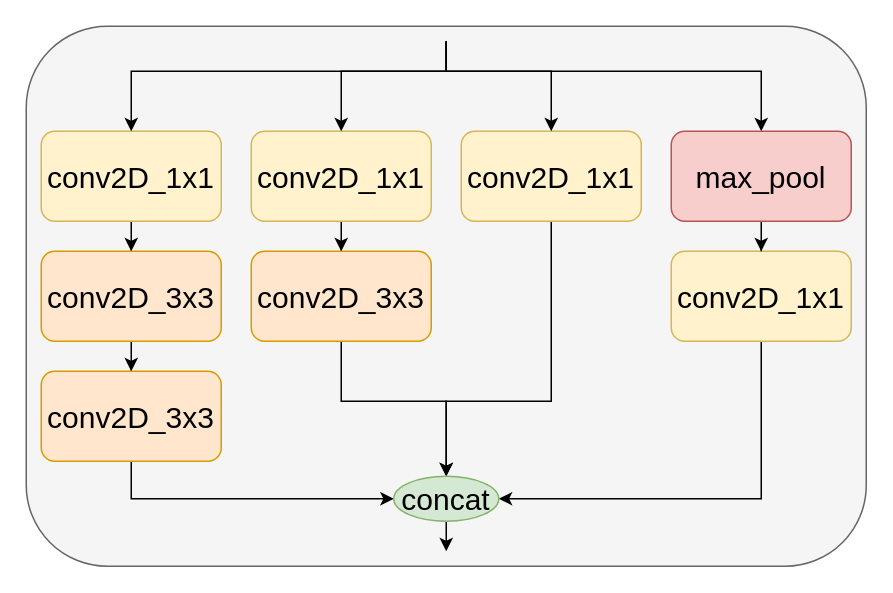
Earlier version of the draw.io diagram Document/imgs/inception.drawio (a-mruiz/TFM). Source tidied: cells renumbered, new cells numbered last; positions are measured from the earlier drawing's top-left corner, leaving out a move shared by most shapes. Both pictures are drawn from the tidied source at 150%, with x=0, y=0 at pixel (26, 26).
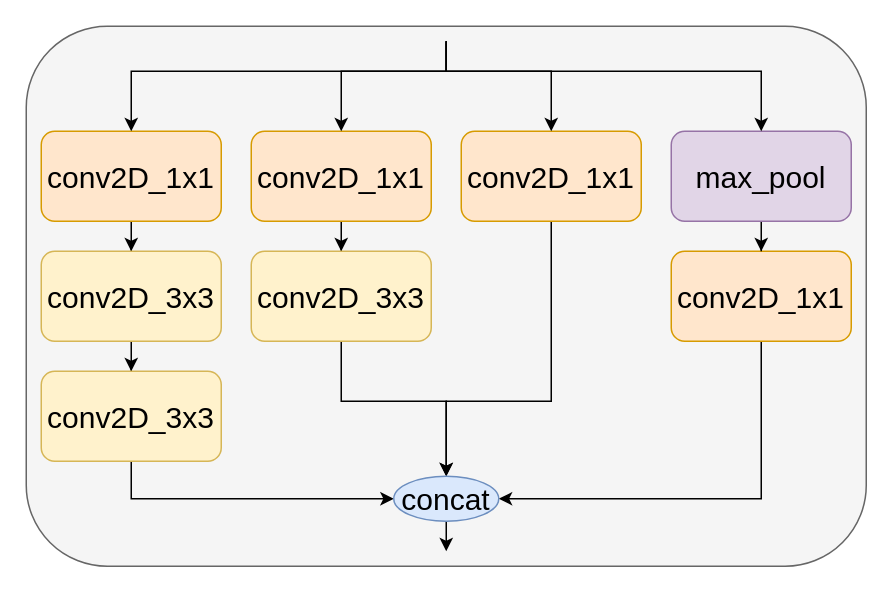
After the change.

What changed in the source:
```diff
@@
-    <mxCell id="4" value="&lt;font style=&quot;font-size: 20px;&quot;&gt;conv2D_1x1&lt;/font&gt;" style="rounded=1;whiteSpace=wrap;html=1;fillColor=#fff2cc;strokeColor=#d6b656;" parent="1" vertex="1">
+    <mxCell id="4" value="&lt;font style=&quot;font-size: 20px;&quot;&gt;conv2D_1x1&lt;/font&gt;" style="rounded=1;whiteSpace=wrap;html=1;fillColor=#ffe6cc;strokeColor=#d79b00;" parent="1" vertex="1">
       <mxGeometry x="10" y="70" width="120" height="60" as="geometry" />
     </mxCell>
@@
-    <mxCell id="6" value="&lt;font style=&quot;font-size: 20px;&quot;&gt;conv2D_3x3&lt;/font&gt;" style="rounded=1;whiteSpace=wrap;html=1;fillColor=#ffe6cc;strokeColor=#d79b00;" parent="1" vertex="1">
+    <mxCell id="6" value="&lt;font style=&quot;font-size: 20px;&quot;&gt;conv2D_3x3&lt;/font&gt;" style="rounded=1;whiteSpace=wrap;html=1;fillColor=#fff2cc;strokeColor=#d6b656;" parent="1" vertex="1">
       <mxGeometry x="10" y="150" width="120" height="60" as="geometry" />
     </mxCell>
@@
-    <mxCell id="8" value="&lt;font style=&quot;font-size: 20px;&quot;&gt;conv2D_3x3&lt;/font&gt;" style="rounded=1;whiteSpace=wrap;html=1;fillColor=#ffe6cc;strokeColor=#d79b00;" parent="1" vertex="1">
+    <mxCell id="8" value="&lt;font style=&quot;font-size: 20px;&quot;&gt;conv2D_3x3&lt;/font&gt;" style="rounded=1;whiteSpace=wrap;html=1;fillColor=#fff2cc;strokeColor=#d6b656;" parent="1" vertex="1">
       <mxGeometry x="10" y="230" width="120" height="60" as="geometry" />
     </mxCell>
@@
-    <mxCell id="10" value="&lt;font style=&quot;font-size: 20px;&quot;&gt;conv2D_1x1&lt;/font&gt;" style="rounded=1;whiteSpace=wrap;html=1;fillColor=#fff2cc;strokeColor=#d6b656;" parent="1" vertex="1">
+    <mxCell id="10" value="&lt;font style=&quot;font-size: 20px;&quot;&gt;conv2D_1x1&lt;/font&gt;" style="rounded=1;whiteSpace=wrap;html=1;fillColor=#ffe6cc;strokeColor=#d79b00;" parent="1" vertex="1">
       <mxGeometry x="150" y="70" width="120" height="60" as="geometry" />
     </mxCell>
@@
-    <mxCell id="12" value="&lt;font style=&quot;font-size: 20px;&quot;&gt;conv2D_1x1&lt;/font&gt;" style="rounded=1;whiteSpace=wrap;html=1;fillColor=#fff2cc;strokeColor=#d6b656;" parent="1" vertex="1">
+    <mxCell id="12" value="&lt;font style=&quot;font-size: 20px;&quot;&gt;conv2D_1x1&lt;/font&gt;" style="rounded=1;whiteSpace=wrap;html=1;fillColor=#ffe6cc;strokeColor=#d79b00;" parent="1" vertex="1">
       <mxGeometry x="290" y="70" width="120" height="60" as="geometry" />
     </mxCell>
@@
-    <mxCell id="14" value="&lt;font style=&quot;font-size: 20px;&quot;&gt;conv2D_1x1&lt;/font&gt;" style="rounded=1;whiteSpace=wrap;html=1;fillColor=#fff2cc;strokeColor=#d6b656;" parent="1" vertex="1">
+    <mxCell id="14" value="&lt;font style=&quot;font-size: 20px;&quot;&gt;conv2D_1x1&lt;/font&gt;" style="rounded=1;whiteSpace=wrap;html=1;fillColor=#ffe6cc;strokeColor=#d79b00;" parent="1" vertex="1">
       <mxGeometry x="430" y="150" width="120" height="60" as="geometry" />
     </mxCell>
@@
-    <mxCell id="16" value="&lt;font style=&quot;font-size: 20px;&quot;&gt;max_pool&lt;/font&gt;" style="rounded=1;whiteSpace=wrap;html=1;fillColor=#f8cecc;strokeColor=#b85450;" parent="1" vertex="1">
+    <mxCell id="16" value="&lt;font style=&quot;font-size: 20px;&quot;&gt;max_pool&lt;/font&gt;" style="rounded=1;whiteSpace=wrap;html=1;fillColor=#e1d5e7;strokeColor=#9673a6;" parent="1" vertex="1">
       <mxGeometry x="430" y="70" width="120" height="60" as="geometry" />
     </mxCell>
@@
-    <mxCell id="18" value="&lt;font style=&quot;font-size: 20px;&quot;&gt;conv2D_3x3&lt;/font&gt;" style="rounded=1;whiteSpace=wrap;html=1;fillColor=#ffe6cc;strokeColor=#d79b00;" parent="1" vertex="1">
+    <mxCell id="18" value="&lt;font style=&quot;font-size: 20px;&quot;&gt;conv2D_3x3&lt;/font&gt;" style="rounded=1;whiteSpace=wrap;html=1;fillColor=#fff2cc;strokeColor=#d6b656;" parent="1" vertex="1">
       <mxGeometry x="150" y="150" width="120" height="60" as="geometry" />
     </mxCell>
@@
-    <mxCell id="20" value="concat" style="ellipse;whiteSpace=wrap;html=1;fontSize=20;fillColor=#d5e8d4;strokeColor=#82b366;" parent="1" vertex="1">
+    <mxCell id="20" value="concat" style="ellipse;whiteSpace=wrap;html=1;fontSize=20;fillColor=#dae8fc;strokeColor=#6c8ebf;" parent="1" vertex="1">
       <mxGeometry x="245" y="300" width="70" height="30" as="geometry" />
     </mxCell>
```
